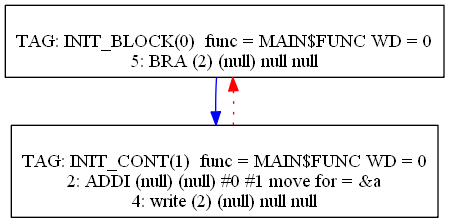
mbajaj92/Project-Astoria keeps this Graphviz diagram as Compiler/5graph.png. Above is the earlier version. Its source is kept beside it as Compiler/5graph.dot.
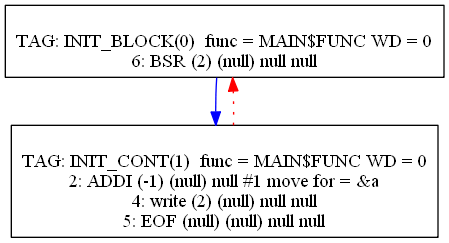
After the commit.

The edit, as a diff of the source:
```diff
@@ -1,14 +1,15 @@
 digraph {
 0[label="
 TAG: INIT_BLOCK(0)  func = MAIN$FUNC WD = 0
-5: BRA (2) (null) null null
+6: BSR (2) (null) null null
 "];
 0[shape=box];
 0 -> 1[color=blue]
 1[label="
 TAG: INIT_CONT(1)  func = MAIN$FUNC WD = 0
-2: ADDI (null) (null) #0 #1 move for = &a
+2: ADDI (-1) (null) null #1 move for = &a
 4: write (2) (null) null null
+5: EOF (null) (null) null null
 "];
 1[shape=box];
 1 -> 0[color=red][style=dotted]
```
